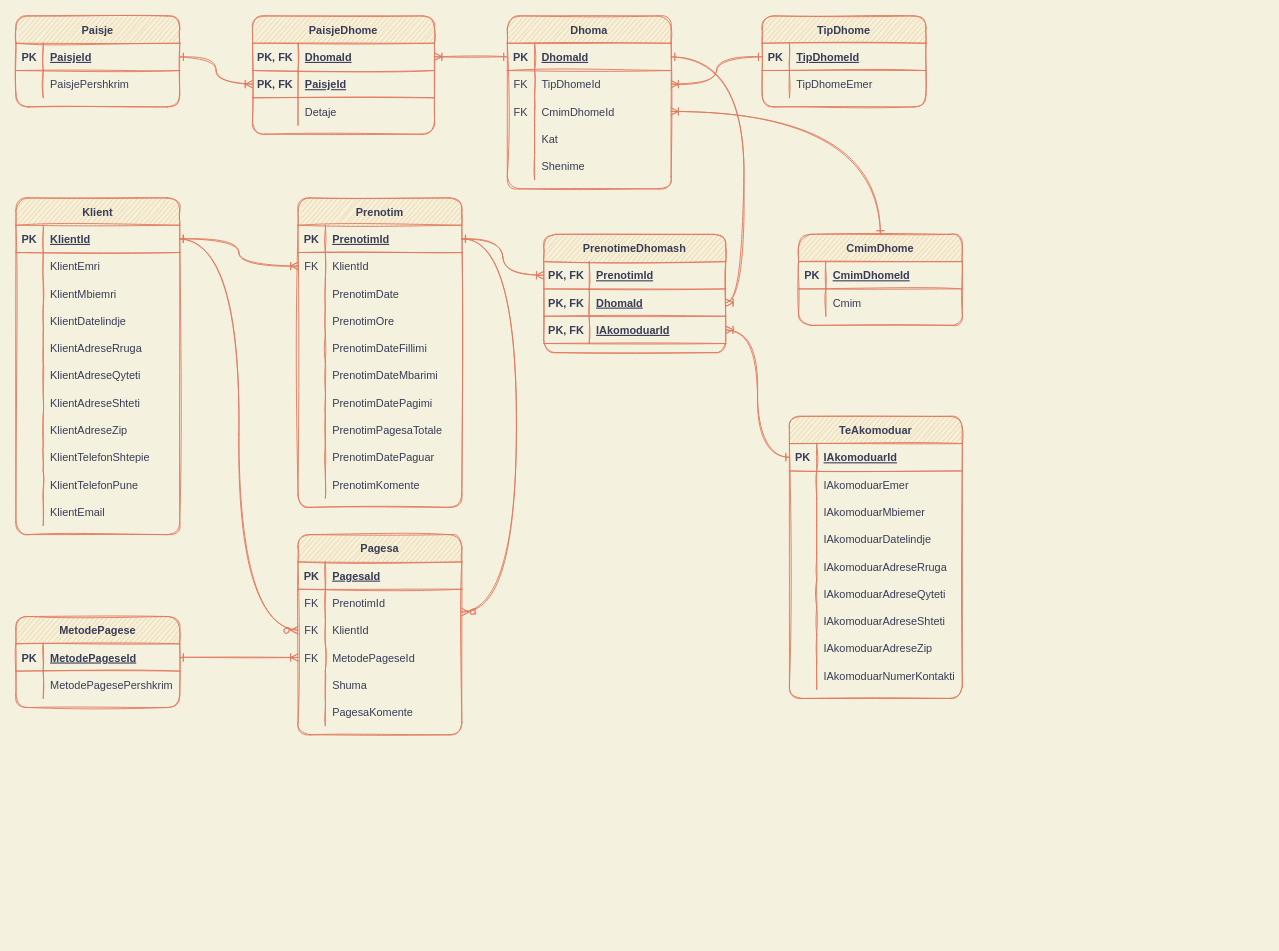
The draw.io diagram hotel_dhoma_prenotim.drawio in h-kevin/SQL-DW-Menaxhim-Hoteli, before the edit. Source tidied: cells renumbered, new cells numbered last; positions are measured from the earlier drawing's top-left corner, leaving out a move shared by most shapes. Both pictures are drawn from the tidied source at 91%, with x=0, y=0 at pixel (15, 15).
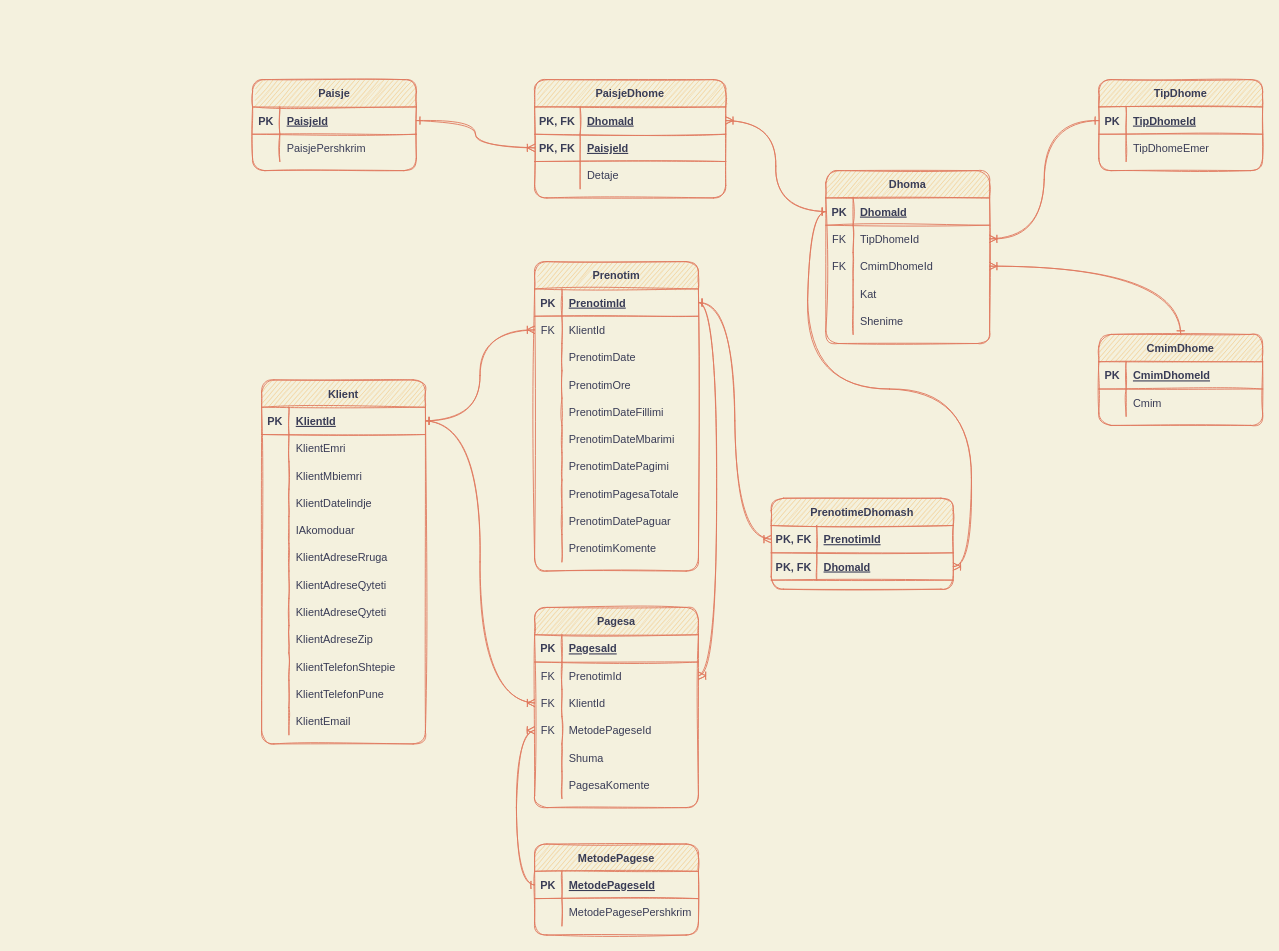
After the change.

The change refers to these unchanged cells:
```xml
<mxCell id="3" style="shape=partialRectangle;fillColor=none;top=0;left=0;bottom=1;right=0;points=[[0,0.5],[1,0.5]];portConstraint=eastwest;strokeColor=#E07A5F;fontColor=#393C56;sketch=1;rounded=1;" parent="2" vertex="1">
  <mxGeometry y="30" width="180" height="30" as="geometry" />
</mxCell>
<mxCell id="55" style="shape=partialRectangle;fillColor=none;top=0;left=0;bottom=0;right=0;points=[[0,0.5],[1,0.5]];portConstraint=eastwest;strokeColor=#E07A5F;fontColor=#393C56;sketch=1;rounded=1;" parent="51" vertex="1">
  <mxGeometry y="60" width="180" height="30" as="geometry" />
</mxCell>
<mxCell id="58" style="shape=partialRectangle;fillColor=none;top=0;left=0;bottom=0;right=0;points=[[0,0.5],[1,0.5]];portConstraint=eastwest;strokeColor=#E07A5F;fontColor=#393C56;sketch=1;rounded=1;" parent="51" vertex="1">
  <mxGeometry y="90" width="180" height="30" as="geometry" />
</mxCell>
<mxCell id="88" style="shape=partialRectangle;fillColor=none;top=0;left=0;bottom=1;right=0;points=[[0,0.5],[1,0.5]];portConstraint=eastwest;strokeColor=#E07A5F;fontColor=#393C56;sketch=1;rounded=1;" parent="87" vertex="1">
  <mxGeometry y="30" width="180" height="30" as="geometry" />
</mxCell>
```

What changed in the source:
```diff
@@
     <mxCell id="2" value="Klient" style="shape=table;startSize=30;childLayout=tableLayout;rowLines=0;fontStyle=1;align=center;fillColor=#F2CC8F;strokeColor=#E07A5F;fontColor=#393C56;sketch=1;rounded=1;" parent="1" vertex="1">
-      <mxGeometry y="200" width="180" height="370" as="geometry" />
+      <mxGeometry x="270" y="400" width="180" height="400" as="geometry" />
     </mxCell>
@@
+    <mxCell id="189" style="shape=partialRectangle;fillColor=none;top=0;left=0;bottom=0;right=0;strokeColor=#E07A5F;fontColor=#393C56;sketch=1;rounded=1;" parent="2" vertex="1">
+      <mxGeometry y="120" width="180" height="30" as="geometry" />
+    </mxCell>
+    <mxCell id="190" style="shape=partialRectangle;fillColor=none;top=0;left=0;bottom=0;right=0;overflow=hidden;strokeColor=#E07A5F;fontColor=#393C56;sketch=1;rounded=1;" parent="189" vertex="1">
+      <mxGeometry width="30" height="30" as="geometry" />
+    </mxCell>
+    <mxCell id="191" value="KlientDatelindje" style="shape=partialRectangle;fillColor=none;top=0;left=0;bottom=0;right=0;align=left;spacingLeft=6;overflow=hidden;strokeColor=#E07A5F;fontColor=#393C56;sketch=1;rounded=1;" parent="189" vertex="1">
+      <mxGeometry x="30" width="150" height="30" as="geometry" />
+    </mxCell>
     <mxCell id="12" style="shape=partialRectangle;fillColor=none;top=0;left=0;bottom=0;right=0;strokeColor=#E07A5F;fontColor=#393C56;sketch=1;rounded=1;" parent="2" vertex="1">
-      <mxGeometry y="120" width="180" height="30" as="geometry" />
+      <mxGeometry y="150" width="180" height="30" as="geometry" />
     </mxCell>
@@
-    <mxCell id="14" value="KlientDatelindje" style="shape=partialRectangle;fillColor=none;top=0;left=0;bottom=0;right=0;align=left;spacingLeft=6;overflow=hidden;strokeColor=#E07A5F;fontColor=#393C56;sketch=1;rounded=1;" parent="12" vertex="1">
+    <mxCell id="14" value="IAkomoduar" style="shape=partialRectangle;fillColor=none;top=0;left=0;bottom=0;right=0;align=left;spacingLeft=6;overflow=hidden;strokeColor=#E07A5F;fontColor=#393C56;sketch=1;rounded=1;" parent="12" vertex="1">
       <mxGeometry x="30" width="150" height="30" as="geometry" />
     </mxCell>
     <mxCell id="15" style="shape=partialRectangle;fillColor=none;top=0;left=0;bottom=0;right=0;strokeColor=#E07A5F;fontColor=#393C56;sketch=1;rounded=1;" parent="2" vertex="1">
-      <mxGeometry y="150" width="180" height="30" as="geometry" />
+      <mxGeometry y="180" width="180" height="30" as="geometry" />
     </mxCell>
@@
     <mxCell id="18" style="shape=partialRectangle;fillColor=none;top=0;left=0;bottom=0;right=0;strokeColor=#E07A5F;fontColor=#393C56;sketch=1;rounded=1;" parent="2" vertex="1">
-      <mxGeometry y="180" width="180" height="30" as="geometry" />
+      <mxGeometry y="210" width="180" height="30" as="geometry" />
     </mxCell>
@@
     <mxCell id="21" style="shape=partialRectangle;fillColor=none;top=0;left=0;bottom=0;right=0;strokeColor=#E07A5F;fontColor=#393C56;sketch=1;rounded=1;" parent="2" vertex="1">
-      <mxGeometry y="210" width="180" height="30" as="geometry" />
+      <mxGeometry y="240" width="180" height="30" as="geometry" />
     </mxCell>
@@
-    <mxCell id="23" value="KlientAdreseShteti" style="shape=partialRectangle;fillColor=none;top=0;left=0;bottom=0;right=0;align=left;spacingLeft=6;overflow=hidden;strokeColor=#E07A5F;fontColor=#393C56;sketch=1;rounded=1;" parent="21" vertex="1">
+    <mxCell id="23" value="KlientAdreseQyteti" style="shape=partialRectangle;fillColor=none;top=0;left=0;bottom=0;right=0;align=left;spacingLeft=6;overflow=hidden;strokeColor=#E07A5F;fontColor=#393C56;sketch=1;rounded=1;" parent="21" vertex="1">
       <mxGeometry x="30" width="150" height="30" as="geometry" />
     </mxCell>
     <mxCell id="24" style="shape=partialRectangle;fillColor=none;top=0;left=0;bottom=0;right=0;strokeColor=#E07A5F;fontColor=#393C56;sketch=1;rounded=1;" parent="2" vertex="1">
-      <mxGeometry y="240" width="180" height="30" as="geometry" />
+      <mxGeometry y="270" width="180" height="30" as="geometry" />
     </mxCell>
@@
     <mxCell id="27" style="shape=partialRectangle;fillColor=none;top=0;left=0;bottom=0;right=0;strokeColor=#E07A5F;fontColor=#393C56;sketch=1;rounded=1;" parent="2" vertex="1">
-      <mxGeometry y="270" width="180" height="30" as="geometry" />
+      <mxGeometry y="300" width="180" height="30" as="geometry" />
     </mxCell>
@@
     <mxCell id="30" style="shape=partialRectangle;fillColor=none;top=0;left=0;bottom=0;right=0;strokeColor=#E07A5F;fontColor=#393C56;sketch=1;rounded=1;" parent="2" vertex="1">
-      <mxGeometry y="300" width="180" height="30" as="geometry" />
+      <mxGeometry y="330" width="180" height="30" as="geometry" />
     </mxCell>
@@
     <mxCell id="33" style="shape=partialRectangle;fillColor=none;top=0;left=0;bottom=0;right=0;strokeColor=#E07A5F;fontColor=#393C56;sketch=1;rounded=1;" parent="2" vertex="1">
-      <mxGeometry y="330" width="180" height="30" as="geometry" />
+      <mxGeometry y="360" width="180" height="30" as="geometry" />
     </mxCell>
@@
     <mxCell id="37" value="CmimDhome" style="shape=table;startSize=30;childLayout=tableLayout;rowLines=0;fontStyle=1;align=center;fillColor=#F2CC8F;strokeColor=#E07A5F;fontColor=#393C56;sketch=1;rounded=1;" parent="1" vertex="1">
-      <mxGeometry x="860" y="240" width="180" height="100" as="geometry" />
+      <mxGeometry x="1190" y="350" width="180" height="100" as="geometry" />
     </mxCell>
@@
     <mxCell id="44" value="MetodePagese" style="shape=table;startSize=30;childLayout=tableLayout;rowLines=0;fontStyle=1;align=center;fillColor=#F2CC8F;strokeColor=#E07A5F;fontColor=#393C56;sketch=1;rounded=1;" parent="1" vertex="1">
-      <mxGeometry y="660" width="180" height="100" as="geometry" />
+      <mxGeometry x="570" y="910" width="180" height="100" as="geometry" />
     </mxCell>
@@
     <mxCell id="51" value="Pagesa" style="shape=table;startSize=30;childLayout=tableLayout;rowLines=0;fontStyle=1;align=center;fillColor=#F2CC8F;strokeColor=#E07A5F;fontColor=#393C56;sketch=1;rounded=1;" parent="1" vertex="1">
-      <mxGeometry x="310" y="570" width="180" height="220" as="geometry" />
+      <mxGeometry x="570" y="650" width="180" height="220" as="geometry" />
     </mxCell>
@@
     <mxCell id="70" value="Paisje" style="shape=table;startSize=30;childLayout=tableLayout;rowLines=0;fontStyle=1;align=center;fillColor=#F2CC8F;strokeColor=#E07A5F;fontColor=#393C56;sketch=1;rounded=1;" parent="1" vertex="1">
-      <mxGeometry width="180" height="100" as="geometry" />
+      <mxGeometry x="260" y="70" width="180" height="100" as="geometry" />
     </mxCell>
@@
     <mxCell id="77" value="PaisjeDhome" style="shape=table;startSize=30;childLayout=tableLayout;rowLines=0;fontStyle=1;align=center;fillColor=#F2CC8F;strokeColor=#E07A5F;fontColor=#393C56;sketch=1;rounded=1;" parent="1" vertex="1">
-      <mxGeometry x="260" width="200" height="130" as="geometry" />
+      <mxGeometry x="570" y="70" width="210" height="130" as="geometry" />
     </mxCell>
     <mxCell id="78" style="shape=partialRectangle;fillColor=none;top=0;left=0;bottom=1;right=0;points=[[0,0.5],[1,0.5]];portConstraint=eastwest;strokeColor=#E07A5F;fontColor=#393C56;sketch=1;rounded=1;" parent="77" vertex="1">
-      <mxGeometry y="30" width="200" height="30" as="geometry" />
+      <mxGeometry y="30" width="210" height="30" as="geometry" />
     </mxCell>
@@
     <mxCell id="80" value="DhomaId" style="shape=partialRectangle;fillColor=none;top=0;left=0;bottom=0;right=0;align=left;spacingLeft=6;fontStyle=5;overflow=hidden;strokeColor=#E07A5F;fontColor=#393C56;sketch=1;rounded=1;" parent="78" vertex="1">
-      <mxGeometry x="50" width="150" height="30" as="geometry" />
+      <mxGeometry x="50" width="160" height="30" as="geometry" />
     </mxCell>
     <mxCell id="81" style="shape=partialRectangle;fillColor=none;top=0;left=0;bottom=1;right=0;points=[[0,0.5],[1,0.5]];portConstraint=eastwest;strokeColor=#E07A5F;fontColor=#393C56;sketch=1;rounded=1;" parent="77" vertex="1">
-      <mxGeometry y="60" width="200" height="30" as="geometry" />
+      <mxGeometry y="60" width="210" height="30" as="geometry" />
     </mxCell>
@@
     <mxCell id="83" value="PaisjeId" style="shape=partialRectangle;fillColor=none;top=0;left=0;bottom=0;right=0;align=left;spacingLeft=6;fontStyle=5;overflow=hidden;strokeColor=#E07A5F;fontColor=#393C56;sketch=1;rounded=1;" parent="81" vertex="1">
-      <mxGeometry x="50" width="150" height="30" as="geometry" />
+      <mxGeometry x="50" width="160" height="30" as="geometry" />
     </mxCell>
     <mxCell id="84" style="shape=partialRectangle;fillColor=none;top=0;left=0;bottom=0;right=0;strokeColor=#E07A5F;fontColor=#393C56;sketch=1;rounded=1;" parent="77" vertex="1">
-      <mxGeometry y="90" width="200" height="30" as="geometry" />
+      <mxGeometry y="90" width="210" height="30" as="geometry" />
     </mxCell>
@@
     <mxCell id="86" value="Detaje" style="shape=partialRectangle;fillColor=none;top=0;left=0;bottom=0;right=0;align=left;spacingLeft=6;overflow=hidden;strokeColor=#E07A5F;fontColor=#393C56;sketch=1;rounded=1;" parent="84" vertex="1">
-      <mxGeometry x="50" width="150" height="30" as="geometry" />
+      <mxGeometry x="50" width="160" height="30" as="geometry" />
     </mxCell>
     <mxCell id="87" value="Prenotim" style="shape=table;startSize=30;childLayout=tableLayout;rowLines=0;fontStyle=1;align=center;fillColor=#F2CC8F;strokeColor=#E07A5F;fontColor=#393C56;sketch=1;rounded=1;" parent="1" vertex="1">
-      <mxGeometry x="310" y="200" width="180" height="340" as="geometry" />
+      <mxGeometry x="570" y="270" width="180" height="340" as="geometry" />
     </mxCell>
@@
     <mxCell id="118" value="PrenotimeDhomash" style="shape=table;startSize=30;childLayout=tableLayout;rowLines=0;fontStyle=1;align=center;fillColor=#F2CC8F;strokeColor=#E07A5F;fontColor=#393C56;sketch=1;rounded=1;" parent="1" vertex="1">
-      <mxGeometry x="580" y="240" width="200" height="130" as="geometry" />
+      <mxGeometry x="830" y="530" width="200" height="100" as="geometry" />
     </mxCell>
@@
-    <mxCell id="125" style="shape=partialRectangle;fillColor=none;top=0;left=0;bottom=1;right=0;points=[[0,0.5],[1,0.5]];portConstraint=eastwest;strokeColor=#E07A5F;fontColor=#393C56;sketch=1;rounded=1;" parent="118" vertex="1">
-      <mxGeometry y="90" width="200" height="30" as="geometry" />
-    </mxCell>
-    <mxCell id="126" value="PK, FK" style="shape=partialRectangle;fillColor=none;top=0;left=0;bottom=0;right=0;fontStyle=1;overflow=hidden;strokeColor=#E07A5F;fontColor=#393C56;sketch=1;rounded=1;" parent="125" vertex="1">
-      <mxGeometry width="50" height="30" as="geometry" />
-    </mxCell>
-    <mxCell id="127" value="IAkomoduarId" style="shape=partialRectangle;fillColor=none;top=0;left=0;bottom=0;right=0;align=left;spacingLeft=6;fontStyle=5;overflow=hidden;strokeColor=#E07A5F;fontColor=#393C56;sketch=1;rounded=1;" parent="125" vertex="1">
-      <mxGeometry x="50" width="150" height="30" as="geometry" />
-    </mxCell>
-    <mxCell id="128" value="TeAkomoduar" style="shape=table;startSize=30;childLayout=tableLayout;rowLines=0;fontStyle=1;align=center;fillColor=#F2CC8F;strokeColor=#E07A5F;fontColor=#393C56;sketch=1;rounded=1;" parent="1" vertex="1">
-      <mxGeometry x="850" y="440" width="190" height="310" as="geometry" />
-    </mxCell>
-    <mxCell id="129" style="shape=partialRectangle;fillColor=none;top=0;left=0;bottom=1;right=0;points=[[0,0.5],[1,0.5]];portConstraint=eastwest;strokeColor=#E07A5F;fontColor=#393C56;sketch=1;rounded=1;" parent="128" vertex="1">
-      <mxGeometry y="30" width="190" height="30" as="geometry" />
-    </mxCell>
-    <mxCell id="130" value="PK" style="shape=partialRectangle;fillColor=none;top=0;left=0;bottom=0;right=0;fontStyle=1;overflow=hidden;strokeColor=#E07A5F;fontColor=#393C56;sketch=1;rounded=1;" parent="129" vertex="1">
-      <mxGeometry width="30" height="30" as="geometry" />
-    </mxCell>
-    <mxCell id="131" value="IAkomoduarId" style="shape=partialRectangle;fillColor=none;top=0;left=0;bottom=0;right=0;align=left;spacingLeft=6;fontStyle=5;overflow=hidden;strokeColor=#E07A5F;fontColor=#393C56;sketch=1;rounded=1;" parent="129" vertex="1">
-      <mxGeometry x="30" width="160" height="30" as="geometry" />
-    </mxCell>
-    <mxCell id="132" style="shape=partialRectangle;fillColor=none;top=0;left=0;bottom=0;right=0;strokeColor=#E07A5F;fontColor=#393C56;sketch=1;rounded=1;" parent="128" vertex="1">
-      <mxGeometry y="60" width="190" height="30" as="geometry" />
-    </mxCell>
-    <mxCell id="133" style="shape=partialRectangle;fillColor=none;top=0;left=0;bottom=0;right=0;overflow=hidden;strokeColor=#E07A5F;fontColor=#393C56;sketch=1;rounded=1;" parent="132" vertex="1">
-      <mxGeometry width="30" height="30" as="geometry" />
-    </mxCell>
-    <mxCell id="134" value="IAkomoduarEmer" style="shape=partialRectangle;fillColor=none;top=0;left=0;bottom=0;right=0;align=left;spacingLeft=6;overflow=hidden;strokeColor=#E07A5F;fontColor=#393C56;sketch=1;rounded=1;" parent="132" vertex="1">
-      <mxGeometry x="30" width="160" height="30" as="geometry" />
-    </mxCell>
-    <mxCell id="135" style="shape=partialRectangle;fillColor=none;top=0;left=0;bottom=0;right=0;strokeColor=#E07A5F;fontColor=#393C56;sketch=1;rounded=1;" parent="128" vertex="1">
-      <mxGeometry y="90" width="190" height="30" as="geometry" />
-    </mxCell>
-    <mxCell id="136" style="shape=partialRectangle;fillColor=none;top=0;left=0;bottom=0;right=0;overflow=hidden;strokeColor=#E07A5F;fontColor=#393C56;sketch=1;rounded=1;" parent="135" vertex="1">
-      <mxGeometry width="30" height="30" as="geometry" />
-    </mxCell>
-    <mxCell id="137" value="IAkomoduarMbiemer" style="shape=partialRectangle;fillColor=none;top=0;left=0;bottom=0;right=0;align=left;spacingLeft=6;overflow=hidden;strokeColor=#E07A5F;fontColor=#393C56;sketch=1;rounded=1;" parent="135" vertex="1">
-      <mxGeometry x="30" width="160" height="30" as="geometry" />
-    </mxCell>
-    <mxCell id="138" style="shape=partialRectangle;fillColor=none;top=0;left=0;bottom=0;right=0;strokeColor=#E07A5F;fontColor=#393C56;sketch=1;rounded=1;" parent="128" vertex="1">
-      <mxGeometry y="120" width="190" height="30" as="geometry" />
-    </mxCell>
-    <mxCell id="139" style="shape=partialRectangle;fillColor=none;top=0;left=0;bottom=0;right=0;overflow=hidden;strokeColor=#E07A5F;fontColor=#393C56;sketch=1;rounded=1;" parent="138" vertex="1">
-      <mxGeometry width="30" height="30" as="geometry" />
-    </mxCell>
-    <mxCell id="140" value="IAkomoduarDatelindje" style="shape=partialRectangle;fillColor=none;top=0;left=0;bottom=0;right=0;align=left;spacingLeft=6;overflow=hidden;strokeColor=#E07A5F;fontColor=#393C56;sketch=1;rounded=1;" parent="138" vertex="1">
-      <mxGeometry x="30" width="160" height="30" as="geometry" />
-    </mxCell>
-    <mxCell id="141" style="shape=partialRectangle;fillColor=none;top=0;left=0;bottom=0;right=0;strokeColor=#E07A5F;fontColor=#393C56;sketch=1;rounded=1;" parent="128" vertex="1">
-      <mxGeometry y="150" width="190" height="30" as="geometry" />
-    </mxCell>
-    <mxCell id="142" style="shape=partialRectangle;fillColor=none;top=0;left=0;bottom=0;right=0;overflow=hidden;strokeColor=#E07A5F;fontColor=#393C56;sketch=1;rounded=1;" parent="141" vertex="1">
-      <mxGeometry width="30" height="30" as="geometry" />
-    </mxCell>
-    <mxCell id="143" value="IAkomoduarAdreseRruga" style="shape=partialRectangle;fillColor=none;top=0;left=0;bottom=0;right=0;align=left;spacingLeft=6;overflow=hidden;strokeColor=#E07A5F;fontColor=#393C56;sketch=1;rounded=1;" parent="141" vertex="1">
-      <mxGeometry x="30" width="160" height="30" as="geometry" />
-    </mxCell>
-    <mxCell id="144" style="shape=partialRectangle;fillColor=none;top=0;left=0;bottom=0;right=0;strokeColor=#E07A5F;fontColor=#393C56;sketch=1;rounded=1;" parent="128" vertex="1">
-      <mxGeometry y="180" width="190" height="30" as="geometry" />
-    </mxCell>
-    <mxCell id="145" style="shape=partialRectangle;fillColor=none;top=0;left=0;bottom=0;right=0;overflow=hidden;strokeColor=#E07A5F;fontColor=#393C56;sketch=1;rounded=1;" parent="144" vertex="1">
-      <mxGeometry width="30" height="30" as="geometry" />
-    </mxCell>
-    <mxCell id="146" value="IAkomoduarAdreseQyteti" style="shape=partialRectangle;fillColor=none;top=0;left=0;bottom=0;right=0;align=left;spacingLeft=6;overflow=hidden;strokeColor=#E07A5F;fontColor=#393C56;sketch=1;rounded=1;" parent="144" vertex="1">
-      <mxGeometry x="30" width="160" height="30" as="geometry" />
-    </mxCell>
-    <mxCell id="147" style="shape=partialRectangle;fillColor=none;top=0;left=0;bottom=0;right=0;strokeColor=#E07A5F;fontColor=#393C56;sketch=1;rounded=1;" parent="128" vertex="1">
-      <mxGeometry y="210" width="190" height="30" as="geometry" />
-    </mxCell>
-    <mxCell id="148" style="shape=partialRectangle;fillColor=none;top=0;left=0;bottom=0;right=0;overflow=hidden;strokeColor=#E07A5F;fontColor=#393C56;sketch=1;rounded=1;" parent="147" vertex="1">
-      <mxGeometry width="30" height="30" as="geometry" />
-    </mxCell>
-    <mxCell id="149" value="IAkomoduarAdreseShteti" style="shape=partialRectangle;fillColor=none;top=0;left=0;bottom=0;right=0;align=left;spacingLeft=6;overflow=hidden;strokeColor=#E07A5F;fontColor=#393C56;sketch=1;rounded=1;" parent="147" vertex="1">
-      <mxGeometry x="30" width="160" height="30" as="geometry" />
-    </mxCell>
-    <mxCell id="150" style="shape=partialRectangle;fillColor=none;top=0;left=0;bottom=0;right=0;strokeColor=#E07A5F;fontColor=#393C56;sketch=1;rounded=1;" parent="128" vertex="1">
-      <mxGeometry y="240" width="190" height="30" as="geometry" />
-    </mxCell>
-    <mxCell id="151" style="shape=partialRectangle;fillColor=none;top=0;left=0;bottom=0;right=0;overflow=hidden;strokeColor=#E07A5F;fontColor=#393C56;sketch=1;rounded=1;" parent="150" vertex="1">
-      <mxGeometry width="30" height="30" as="geometry" />
-    </mxCell>
-    <mxCell id="152" value="IAkomoduarAdreseZip" style="shape=partialRectangle;fillColor=none;top=0;left=0;bottom=0;right=0;align=left;spacingLeft=6;overflow=hidden;strokeColor=#E07A5F;fontColor=#393C56;sketch=1;rounded=1;" parent="150" vertex="1">
-      <mxGeometry x="30" width="160" height="30" as="geometry" />
-    </mxCell>
-    <mxCell id="153" style="shape=partialRectangle;fillColor=none;top=0;left=0;bottom=0;right=0;strokeColor=#E07A5F;fontColor=#393C56;sketch=1;rounded=1;" parent="128" vertex="1">
-      <mxGeometry y="270" width="190" height="30" as="geometry" />
-    </mxCell>
-    <mxCell id="154" style="shape=partialRectangle;fillColor=none;top=0;left=0;bottom=0;right=0;overflow=hidden;strokeColor=#E07A5F;fontColor=#393C56;sketch=1;rounded=1;" parent="153" vertex="1">
-      <mxGeometry width="30" height="30" as="geometry" />
-    </mxCell>
-    <mxCell id="155" value="IAkomoduarNumerKontakti" style="shape=partialRectangle;fillColor=none;top=0;left=0;bottom=0;right=0;align=left;spacingLeft=6;overflow=hidden;strokeColor=#E07A5F;fontColor=#393C56;sketch=1;rounded=1;" parent="153" vertex="1">
-      <mxGeometry x="30" width="160" height="30" as="geometry" />
-    </mxCell>
     <mxCell id="156" value="TipDhome" style="shape=table;startSize=30;childLayout=tableLayout;rowLines=0;fontStyle=1;align=center;fillColor=#F2CC8F;strokeColor=#E07A5F;fontColor=#393C56;sketch=1;rounded=1;" parent="1" vertex="1">
-      <mxGeometry x="820" width="180" height="100" as="geometry" />
+      <mxGeometry x="1190" y="70" width="180" height="100" as="geometry" />
     </mxCell>
@@
     <mxCell id="163" value="Dhoma" style="shape=table;startSize=30;childLayout=tableLayout;rowLines=0;fontStyle=1;align=center;fillColor=#F2CC8F;strokeColor=#E07A5F;fontColor=#393C56;sketch=1;rounded=1;" parent="1" vertex="1">
-      <mxGeometry x="540" width="180" height="190" as="geometry" />
+      <mxGeometry x="890" y="170" width="180" height="190" as="geometry" />
     </mxCell>
@@
-    <mxCell id="180" style="edgeStyle=orthogonalEdgeStyle;jettySize=auto;html=1;exitX=1;exitY=0.5;exitDx=0;exitDy=0;startArrow=ERone;startFill=0;endArrow=ERzeroToMany;endFill=1;labelBackgroundColor=#F4F1DE;strokeColor=#E07A5F;fontColor=#393C56;sketch=1;curved=1;" parent="1" edge="1" source="3" target="58">
+    <mxCell id="180" style="edgeStyle=orthogonalEdgeStyle;jettySize=auto;html=1;exitX=1;exitY=0.5;exitDx=0;exitDy=0;startArrow=ERone;startFill=0;endArrow=ERoneToMany;endFill=0;labelBackgroundColor=#F4F1DE;strokeColor=#E07A5F;fontColor=#393C56;sketch=1;curved=1;" parent="1" edge="1" source="3" target="58">
       <mxGeometry relative="1" as="geometry" />
     </mxCell>
-    <mxCell id="181" style="edgeStyle=orthogonalEdgeStyle;curved=1;rounded=1;sketch=1;jettySize=auto;html=1;exitX=1;exitY=0.5;exitDx=0;exitDy=0;strokeColor=#E07A5F;fillColor=#F2CC8F;fontColor=#393C56;startArrow=ERone;startFill=0;endArrow=ERzeroToMany;endFill=1;" parent="1" edge="1" source="88" target="55">
-      <mxGeometry relative="1" as="geometry">
-        <Array as="points">
-          <mxPoint x="550" y="245" />
-          <mxPoint x="550" y="655" />
-        </Array>
-      </mxGeometry>
+    <mxCell id="181" style="edgeStyle=orthogonalEdgeStyle;curved=1;rounded=1;sketch=1;jettySize=auto;html=1;exitX=1;exitY=0.5;exitDx=0;exitDy=0;strokeColor=#E07A5F;fillColor=#F2CC8F;fontColor=#393C56;startArrow=ERone;startFill=0;endArrow=ERoneToMany;endFill=0;" parent="1" edge="1" source="88" target="55">
+      <mxGeometry relative="1" as="geometry" />
     </mxCell>
@@
-    <mxCell id="187" style="edgeStyle=orthogonalEdgeStyle;curved=1;rounded=1;sketch=1;jettySize=auto;html=1;startArrow=ERone;startFill=0;endArrow=ERoneToMany;endFill=0;strokeColor=#E07A5F;fillColor=#F2CC8F;fontColor=#393C56;" parent="1" edge="1" source="129" target="125">
-      <mxGeometry relative="1" as="geometry" />
-    </mxCell>
```
